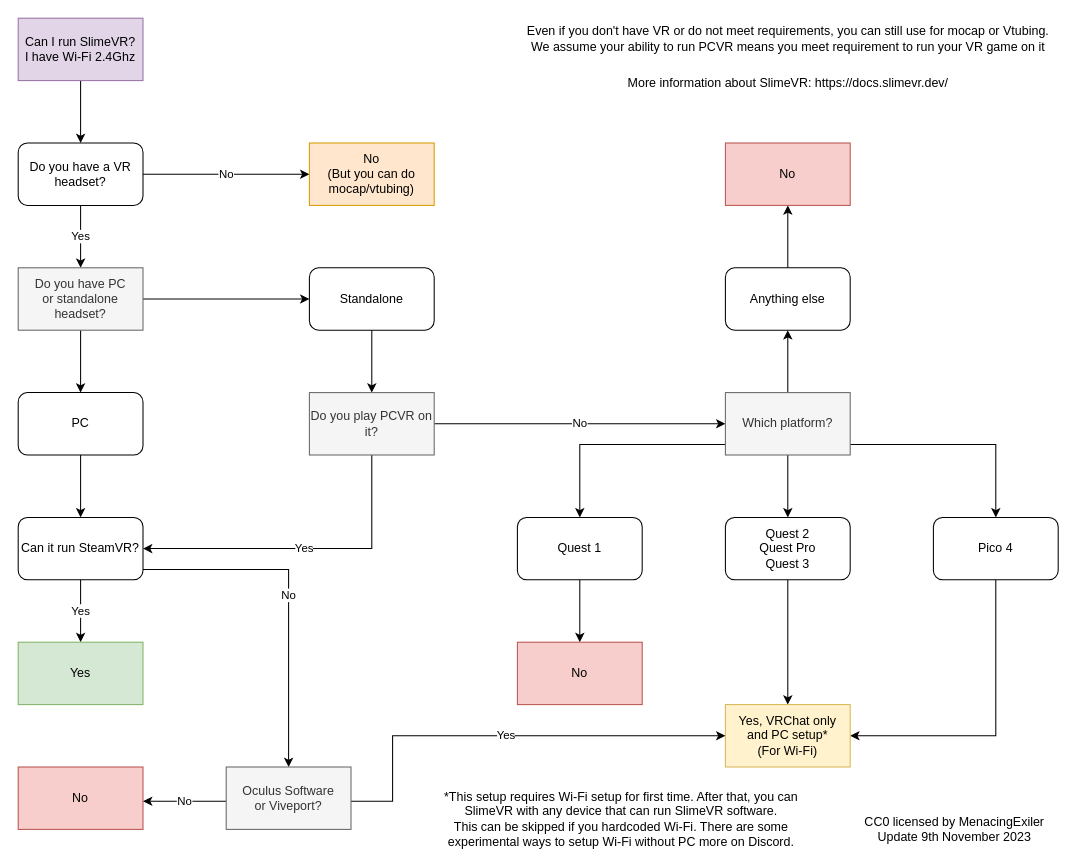
Before: SlimeGuide.drawio in MenacingExiler/CanIRunSlimeVR, a draw.io diagram. Source tidied: cells renumbered, new cells numbered last; positions are measured from the earlier drawing's top-left corner, leaving out a move shared by most shapes. Both pictures are drawn from the tidied source at 104%, with x=0, y=0 at pixel (18, 18).
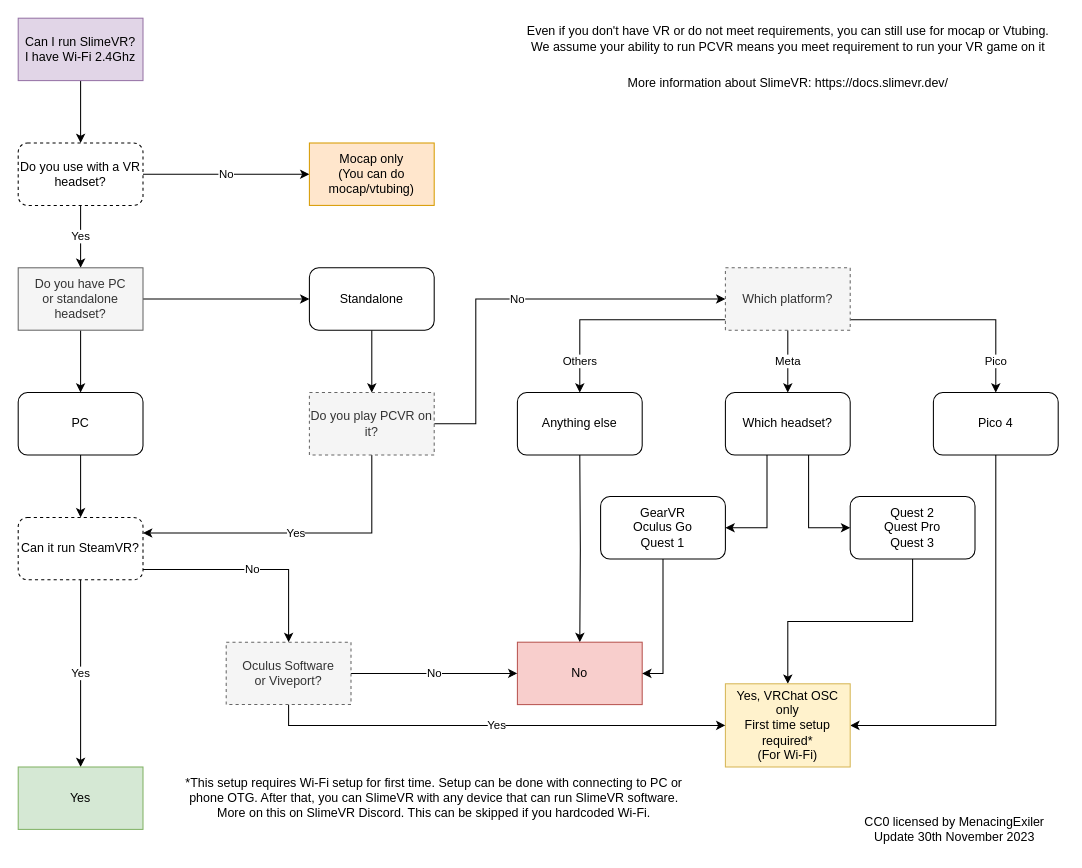
After the change.

The change refers to these unchanged cells:
```xml
<mxCell id="34" value="No" style="rounded=0;whiteSpace=wrap;html=1;fillColor=#f8cecc;strokeColor=#b85450;" parent="1" vertex="1">
  <mxGeometry x="480" y="600" width="120" height="60" as="geometry" />
</mxCell>
```

Change to the diagram source:
```diff
@@
-    <mxCell id="6" value="Do you have a VR headset?" style="rounded=1;whiteSpace=wrap;html=1;" parent="1" vertex="1">
+    <mxCell id="6" value="Do you use with a VR headset?" style="rounded=1;whiteSpace=wrap;html=1;dashed=1;" parent="1" vertex="1">
       <mxGeometry y="120" width="120" height="60" as="geometry" />
     </mxCell>
-    <mxCell id="7" value="No&lt;br&gt;(But you can do mocap/vtubing)" style="rounded=0;whiteSpace=wrap;html=1;fillColor=#ffe6cc;strokeColor=#d79b00;" parent="1" vertex="1">
+    <mxCell id="7" value="Mocap only&lt;br&gt;(You can do mocap/vtubing)" style="rounded=0;whiteSpace=wrap;html=1;fillColor=#ffe6cc;strokeColor=#d79b00;" parent="1" vertex="1">
       <mxGeometry x="280" y="120" width="120" height="60" as="geometry" />
     </mxCell>
@@
-    <mxCell id="17" value="Can it run SteamVR?" style="rounded=1;whiteSpace=wrap;html=1;" parent="1" vertex="1">
+    <mxCell id="17" value="Can it run SteamVR?" style="rounded=1;whiteSpace=wrap;html=1;dashed=1;" parent="1" vertex="1">
       <mxGeometry y="480" width="120" height="60" as="geometry" />
     </mxCell>
     <mxCell id="18" value="Yes" style="rounded=0;whiteSpace=wrap;html=1;fillColor=#d5e8d4;strokeColor=#82b366;" parent="1" vertex="1">
-      <mxGeometry y="600" width="120" height="60" as="geometry" />
+      <mxGeometry y="720" width="120" height="60" as="geometry" />
     </mxCell>
-    <mxCell id="19" value="No" style="rounded=0;whiteSpace=wrap;html=1;fillColor=#f8cecc;strokeColor=#b85450;" parent="1" vertex="1">
-      <mxGeometry y="720" width="120" height="60" as="geometry" />
-    </mxCell>
-    <mxCell id="20" value="Yes" style="edgeStyle=orthogonalEdgeStyle;rounded=0;jettySize=auto;html=1;entryX=1;entryY=0.5;entryDx=0;entryDy=0;exitX=0.5;exitY=1;exitDx=0;exitDy=0;" parent="1" edge="1" source="22" target="17">
+    <mxCell id="20" value="Yes" style="edgeStyle=orthogonalEdgeStyle;rounded=0;jettySize=auto;html=1;entryX=1;entryY=0.25;entryDx=0;entryDy=0;exitX=0.5;exitY=1;exitDx=0;exitDy=0;" parent="1" edge="1" source="22" target="17">
       <mxGeometry relative="1" as="geometry" />
     </mxCell>
     <mxCell id="21" value="No" style="edgeStyle=orthogonalEdgeStyle;rounded=0;jettySize=auto;html=1;entryX=0;entryY=0.5;entryDx=0;entryDy=0;" parent="1" edge="1" source="22" target="27">
-      <mxGeometry relative="1" as="geometry" />
+      <mxGeometry relative="1" as="geometry">
+        <Array as="points">
+          <mxPoint x="440" y="390" />
+          <mxPoint x="440" y="270" />
+        </Array>
+      </mxGeometry>
     </mxCell>
-    <mxCell id="22" value="Do you play PCVR on it?" style="rounded=0;whiteSpace=wrap;html=1;fillColor=#f5f5f5;fontColor=#333333;strokeColor=#666666;" parent="1" vertex="1">
+    <mxCell id="22" value="Do you play PCVR on it?" style="rounded=0;whiteSpace=wrap;html=1;fillColor=#f5f5f5;fontColor=#333333;strokeColor=#666666;dashed=1;" parent="1" vertex="1">
       <mxGeometry x="280" y="360" width="120" height="60" as="geometry" />
     </mxCell>
-    <mxCell id="23" style="edgeStyle=orthogonalEdgeStyle;rounded=0;jettySize=auto;html=1;entryX=0.5;entryY=0;entryDx=0;entryDy=0;" parent="1" edge="1" source="27" target="33">
+    <mxCell id="23" value="Meta" style="edgeStyle=orthogonalEdgeStyle;rounded=0;jettySize=auto;html=1;" parent="1" edge="1" source="27" target="48">
       <mxGeometry relative="1" as="geometry" />
     </mxCell>
-    <mxCell id="24" style="edgeStyle=orthogonalEdgeStyle;rounded=0;jettySize=auto;html=1;" parent="1" edge="1" source="27">
-      <mxGeometry relative="1" as="geometry">
-        <mxPoint x="540" y="480" as="targetPoint" />
+    <mxCell id="24" value="Others" style="edgeStyle=orthogonalEdgeStyle;rounded=0;jettySize=auto;html=1;" parent="1" edge="1" source="27">
+      <mxGeometry x="0.71" relative="1" as="geometry">
+        <mxPoint x="540" y="360" as="targetPoint" />
         <Array as="points">
-          <mxPoint x="540" y="410" />
+          <mxPoint x="540" y="290" />
         </Array>
       </mxGeometry>
     </mxCell>
-    <mxCell id="25" style="edgeStyle=orthogonalEdgeStyle;rounded=0;jettySize=auto;html=1;" parent="1" edge="1" source="27" target="31">
-      <mxGeometry relative="1" as="geometry">
+    <mxCell id="25" value="Pico" style="edgeStyle=orthogonalEdgeStyle;rounded=0;jettySize=auto;html=1;" parent="1" edge="1" source="27" target="31">
+      <mxGeometry x="0.71" relative="1" as="geometry">
         <Array as="points">
-          <mxPoint x="940" y="410" />
+          <mxPoint x="940" y="290" />
         </Array>
       </mxGeometry>
     </mxCell>
-    <mxCell id="26" style="edgeStyle=orthogonalEdgeStyle;rounded=0;jettySize=auto;html=1;entryX=0.5;entryY=1;entryDx=0;entryDy=0;" parent="1" edge="1" source="27" target="37">
-      <mxGeometry relative="1" as="geometry" />
-    </mxCell>
-    <mxCell id="27" value="Which platform?" style="rounded=0;whiteSpace=wrap;html=1;fillColor=#f5f5f5;fontColor=#333333;strokeColor=#666666;" parent="1" vertex="1">
-      <mxGeometry x="680" y="360" width="120" height="60" as="geometry" />
+    <mxCell id="27" value="Which platform?" style="rounded=0;whiteSpace=wrap;html=1;fillColor=#f5f5f5;fontColor=#333333;strokeColor=#666666;dashed=1;" parent="1" vertex="1">
+      <mxGeometry x="680" y="240" width="120" height="60" as="geometry" />
     </mxCell>
-    <mxCell id="28" style="edgeStyle=orthogonalEdgeStyle;rounded=0;orthogonalLoop=1;jettySize=auto;html=1;entryX=0.5;entryY=0;entryDx=0;entryDy=0;" parent="1" edge="1">
+    <mxCell id="28" style="edgeStyle=orthogonalEdgeStyle;rounded=0;jettySize=auto;html=1;" parent="1" edge="1" target="34">
       <mxGeometry relative="1" as="geometry">
-        <mxPoint x="540" y="540" as="sourcePoint" />
-        <mxPoint x="540" y="600" as="targetPoint" />
+        <mxPoint x="540" y="420" as="sourcePoint" />
       </mxGeometry>
     </mxCell>
-    <mxCell id="29" value="Quest 1" style="rounded=1;whiteSpace=wrap;html=1;" parent="1" vertex="1">
-      <mxGeometry x="480" y="480" width="120" height="60" as="geometry" />
+    <mxCell id="29" value="Anything else" style="rounded=1;whiteSpace=wrap;html=1;" parent="1" vertex="1">
+      <mxGeometry x="480" y="360" width="120" height="60" as="geometry" />
     </mxCell>
     <mxCell id="30" style="edgeStyle=orthogonalEdgeStyle;rounded=0;jettySize=auto;html=1;entryX=1;entryY=0.5;entryDx=0;entryDy=0;" parent="1" edge="1" source="31" target="35">
       <mxGeometry relative="1" as="geometry">
         <Array as="points">
-          <mxPoint x="940" y="690" />
+          <mxPoint x="940" y="680" />
         </Array>
       </mxGeometry>
     </mxCell>
     <mxCell id="31" value="Pico 4" style="rounded=1;whiteSpace=wrap;html=1;" parent="1" vertex="1">
-      <mxGeometry x="880" y="480" width="120" height="60" as="geometry" />
+      <mxGeometry x="880" y="360" width="120" height="60" as="geometry" />
     </mxCell>
@@
     <mxCell id="33" value="Quest 2&lt;br&gt;Quest Pro&lt;br&gt;Quest 3" style="rounded=1;whiteSpace=wrap;html=1;" parent="1" vertex="1">
-      <mxGeometry x="680" y="480" width="120" height="60" as="geometry" />
+      <mxGeometry x="800" y="460" width="120" height="60" as="geometry" />
     </mxCell>
@@
-    <mxCell id="35" value="Yes, VRChat only&lt;br&gt;and PC setup*&lt;br&gt;(For Wi-Fi)" style="rounded=0;whiteSpace=wrap;html=1;fillColor=#fff2cc;strokeColor=#d6b656;" parent="1" vertex="1">
-      <mxGeometry x="680" y="660" width="120" height="60" as="geometry" />
+    <mxCell id="35" value="Yes, VRChat OSC only&lt;br&gt;First time setup required*&lt;br&gt;(For Wi-Fi)" style="rounded=0;whiteSpace=wrap;html=1;fillColor=#fff2cc;strokeColor=#d6b656;" parent="1" vertex="1">
+      <mxGeometry x="680" y="640" width="120" height="80" as="geometry" />
     </mxCell>
-    <mxCell id="36" style="edgeStyle=orthogonalEdgeStyle;rounded=0;jettySize=auto;html=1;entryX=0.5;entryY=1;entryDx=0;entryDy=0;" parent="1" edge="1" source="37" target="38">
-      <mxGeometry relative="1" as="geometry" />
-    </mxCell>
-    <mxCell id="37" value="Anything else" style="rounded=1;whiteSpace=wrap;html=1;" parent="1" vertex="1">
-      <mxGeometry x="680" y="240" width="120" height="60" as="geometry" />
-    </mxCell>
-    <mxCell id="38" value="No" style="rounded=0;whiteSpace=wrap;html=1;fillColor=#f8cecc;strokeColor=#b85450;" parent="1" vertex="1">
-      <mxGeometry x="680" y="120" width="120" height="60" as="geometry" />
-    </mxCell>
-    <mxCell id="39" value="No" style="edgeStyle=orthogonalEdgeStyle;rounded=0;jettySize=auto;html=1;" parent="1" edge="1" source="41">
+    <mxCell id="39" value="No" style="edgeStyle=orthogonalEdgeStyle;rounded=0;jettySize=auto;html=1;entryX=0;entryY=0.5;entryDx=0;entryDy=0;" parent="1" edge="1" source="41" target="34">
       <mxGeometry relative="1" as="geometry">
-        <mxPoint x="120" y="753" as="targetPoint" />
         <Array as="points">
-          <mxPoint x="120" y="753" />
+          <mxPoint x="260" y="630" />
         </Array>
       </mxGeometry>
     </mxCell>
     <mxCell id="40" value="Yes" style="edgeStyle=orthogonalEdgeStyle;rounded=0;jettySize=auto;html=1;entryX=0;entryY=0.5;entryDx=0;entryDy=0;" parent="1" edge="1" source="41" target="35">
       <mxGeometry relative="1" as="geometry">
         <Array as="points">
-          <mxPoint x="360" y="753" />
-          <mxPoint x="360" y="690" />
+          <mxPoint x="260" y="680" />
         </Array>
       </mxGeometry>
     </mxCell>
-    <mxCell id="41" value="Oculus Software&lt;br&gt;or Viveport?" style="rounded=0;whiteSpace=wrap;html=1;fillColor=#f5f5f5;fontColor=#333333;strokeColor=#666666;" parent="1" vertex="1">
-      <mxGeometry x="200" y="720" width="120" height="60" as="geometry" />
+    <mxCell id="41" value="Oculus Software&lt;br&gt;or Viveport?" style="rounded=0;whiteSpace=wrap;html=1;fillColor=#f5f5f5;fontColor=#333333;strokeColor=#666666;dashed=1;" parent="1" vertex="1">
+      <mxGeometry x="200" y="600" width="120" height="60" as="geometry" />
     </mxCell>
-    <mxCell id="42" value="CC0 licensed by MenacingExiler&lt;br&gt;Update 9th November 2023" style="text;html=1;align=center;verticalAlign=middle;strokeColor=none;fillColor=none;" parent="1" vertex="1">
+    <mxCell id="42" value="CC0 licensed by MenacingExiler&lt;br&gt;Update 30th November 2023" style="text;html=1;align=center;verticalAlign=middle;strokeColor=none;fillColor=none;" parent="1" vertex="1">
       <mxGeometry x="800" y="760" width="200" height="40" as="geometry" />
     </mxCell>
-    <mxCell id="43" value="*This setup requires Wi-Fi setup for first time. After that, you can SlimeVR with any device that can run SlimeVR software.&lt;br&gt;This can be skipped if you hardcoded Wi-Fi. There are some experimental ways to setup Wi-Fi without PC more on Discord." style="text;html=1;strokeColor=none;fillColor=none;align=center;verticalAlign=middle;whiteSpace=wrap;rounded=0;" parent="1" vertex="1">
-      <mxGeometry x="400" y="740" width="360" height="60" as="geometry" />
+    <mxCell id="43" value="*This setup requires Wi-Fi setup for first time. Setup can be done with connecting to PC or phone OTG. After that, you can SlimeVR with any device that can run SlimeVR software. More on this on SlimeVR Discord. This can be skipped if you hardcoded Wi-Fi." style="text;html=1;strokeColor=none;fillColor=none;align=center;verticalAlign=middle;whiteSpace=wrap;rounded=0;" parent="1" vertex="1">
+      <mxGeometry x="160" y="720" width="480" height="60" as="geometry" />
     </mxCell>
@@
+    <mxCell id="46" style="edgeStyle=orthogonalEdgeStyle;rounded=0;jettySize=auto;html=1;" parent="1" edge="1" source="48" target="33">
+      <mxGeometry relative="1" as="geometry">
+        <Array as="points">
+          <mxPoint x="760" y="490" />
+        </Array>
+      </mxGeometry>
+    </mxCell>
+    <mxCell id="47" style="edgeStyle=orthogonalEdgeStyle;rounded=0;jettySize=auto;html=1;entryX=1;entryY=0.5;entryDx=0;entryDy=0;" parent="1" edge="1" source="48" target="50">
+      <mxGeometry relative="1" as="geometry">
+        <Array as="points">
+          <mxPoint x="720" y="490" />
+        </Array>
+      </mxGeometry>
+    </mxCell>
+    <mxCell id="48" value="Which headset?" style="rounded=1;whiteSpace=wrap;html=1;" parent="1" vertex="1">
+      <mxGeometry x="680" y="360" width="120" height="60" as="geometry" />
+    </mxCell>
+    <mxCell id="49" style="edgeStyle=orthogonalEdgeStyle;rounded=0;jettySize=auto;html=1;entryX=1;entryY=0.5;entryDx=0;entryDy=0;" parent="1" edge="1" source="50" target="34">
+      <mxGeometry relative="1" as="geometry" />
+    </mxCell>
+    <mxCell id="50" value="GearVR&lt;br&gt;Oculus Go&lt;br&gt;Quest 1" style="rounded=1;whiteSpace=wrap;html=1;" parent="1" vertex="1">
+      <mxGeometry x="560" y="460" width="120" height="60" as="geometry" />
+    </mxCell>
```
